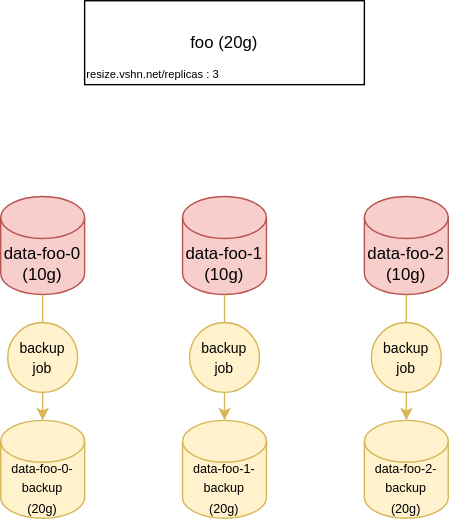
The draw.io diagram doc/backup.drawio.svg in vshn/statefulset-resize-controller, before a commit. Source tidied: cells renumbered, new cells last; positions are measured from the earlier drawing's top-left corner, leaving out a move shared by most shapes.
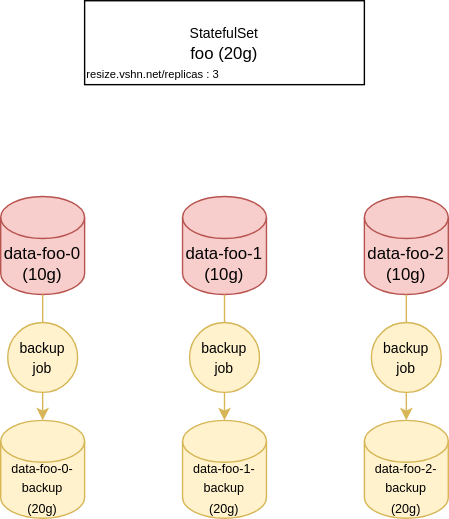
After the commit.

What changed in the source:
```diff
@@ -11,7 +11,7 @@
     <mxCell id="4" value="&lt;font face=&quot;helvetica&quot;&gt;data-foo-2&lt;br&gt;(10g)&lt;br&gt;&lt;/font&gt;" style="shape=cylinder3;whiteSpace=wrap;html=1;boundedLbl=1;backgroundOutline=1;size=15;fillColor=#f8cecc;strokeColor=#b85450;" parent="1" vertex="1">
       <mxGeometry x="260" y="140" width="60" height="70" as="geometry" />
     </mxCell>
-    <mxCell id="5" value="foo (20g)" style="rounded=0;whiteSpace=wrap;html=1;" parent="1" vertex="1">
+    <mxCell id="5" value="&lt;font style=&quot;font-size: 10px&quot;&gt;StatefulSet&lt;br&gt;&lt;/font&gt;foo (20g)" style="rounded=0;whiteSpace=wrap;html=1;" parent="1" vertex="1">
       <mxGeometry x="60" width="200" height="60" as="geometry" />
     </mxCell>
     <mxCell id="6" value="&lt;span style=&quot;font-size: 8px&quot;&gt;resize.vshn.net/replicas : 3&lt;/span&gt;" style="text;html=1;strokeColor=none;fillColor=none;align=center;verticalAlign=middle;whiteSpace=wrap;rounded=0;" parent="1" vertex="1">
```
